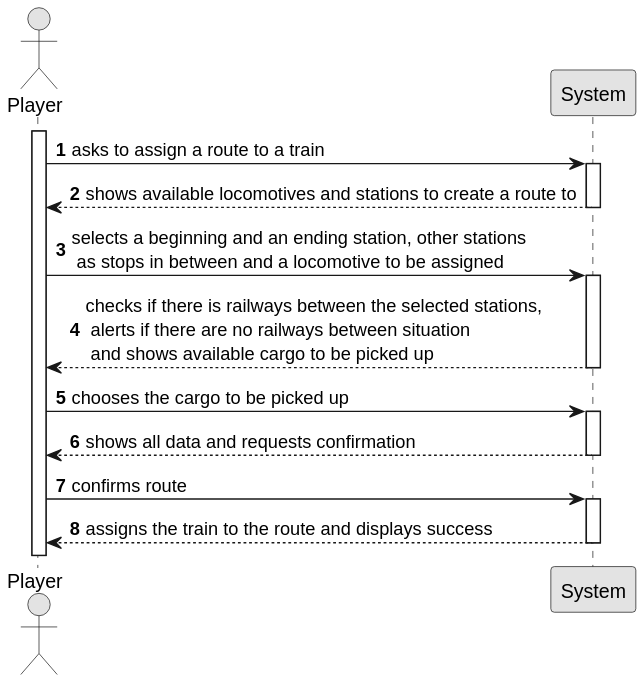
This is Sprint2/US010/01.requirements-engineering/svg/US010-SSD.svg from 1240935/pi2-railway-simulator, a PlantUML export, as it was before one commit. Source of this version:
```plantuml
@startuml
skinparam monochrome true
skinparam packageStyle rectangle
skinparam shadowing false

autonumber

actor "Player" as Employee
participant "System" as System

activate Employee

    Employee -> System : asks to assign a route to a train
    activate System

        System --> Employee : shows available locomotives and stations to create a route to
    deactivate System

    Employee -> System : selects a beginning and an ending station, other stations \n as stops in between and a locomotive to be assigned
    activate System

        System --> Employee : checks if there is railways between the selected stations, \n alerts if there are no railways between situation \n and shows available cargo to be picked up
    deactivate System

    Employee -> System : chooses the cargo to be picked up
    activate System

        System --> Employee : shows all data and requests confirmation
    deactivate System

    Employee -> System : confirms route
    activate System

        System --> Employee : assigns the train to the route and displays success
    deactivate System
@enduml
```
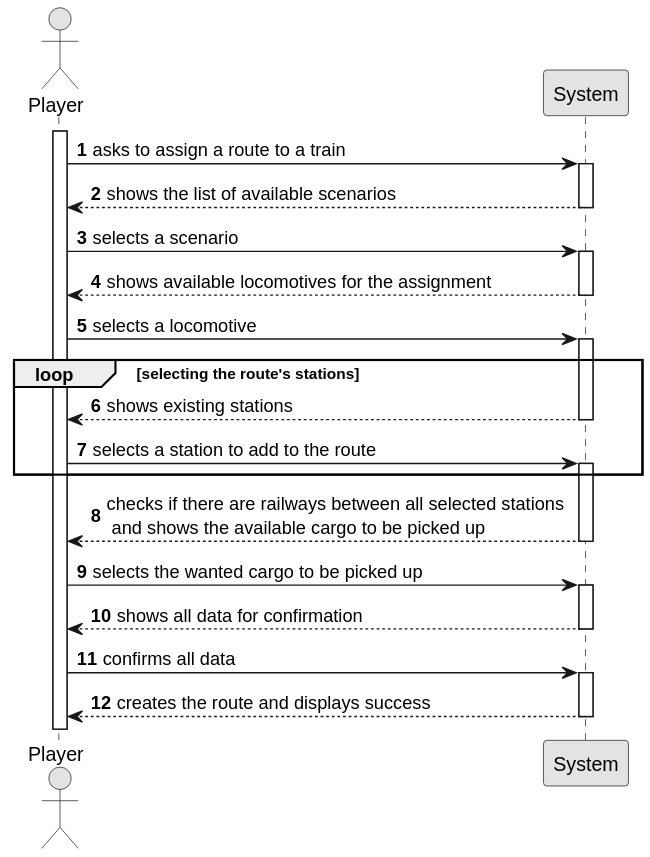
After the commit.

What changed in the source:
```diff
@@ -13,24 +13,40 @@
     Employee -> System : asks to assign a route to a train
     activate System
 
-        System --> Employee : shows available locomotives and stations to create a route to
+    System --> Employee : shows the list of available scenarios
+    deactivate
+
+    Employee -> System : selects a scenario
+    activate System
+
+        System --> Employee : shows available locomotives for the assignment
     deactivate System
 
-    Employee -> System : selects a beginning and an ending station, other stations \n as stops in between and a locomotive to be assigned
+    Employee -> System : selects a locomotive
     activate System
 
-        System --> Employee : checks if there is railways between the selected stations, \n alerts if there are no railways between situation \n and shows available cargo to be picked up
+    loop selecting the route's stations
+
+    System --> Employee : shows existing stations
     deactivate System
 
-    Employee -> System : chooses the cargo to be picked up
+    Employee -> System : selects a station to add to the route
     activate System
 
-        System --> Employee : shows all data and requests confirmation
+    end loop
+
+    System --> Employee: checks if there are railways between all selected stations \n and shows the available cargo to be picked up
     deactivate System
 
-    Employee -> System : confirms route
+    Employee -> System: selects the wanted cargo to be picked up
     activate System
 
-        System --> Employee : assigns the train to the route and displays success
+    System --> Employee: shows all data for confirmation
+    deactivate System
+
+    Employee -> System : confirms all data
+    activate System
+
+    System --> Employee : creates the route and displays success
     deactivate System
 @enduml
```
